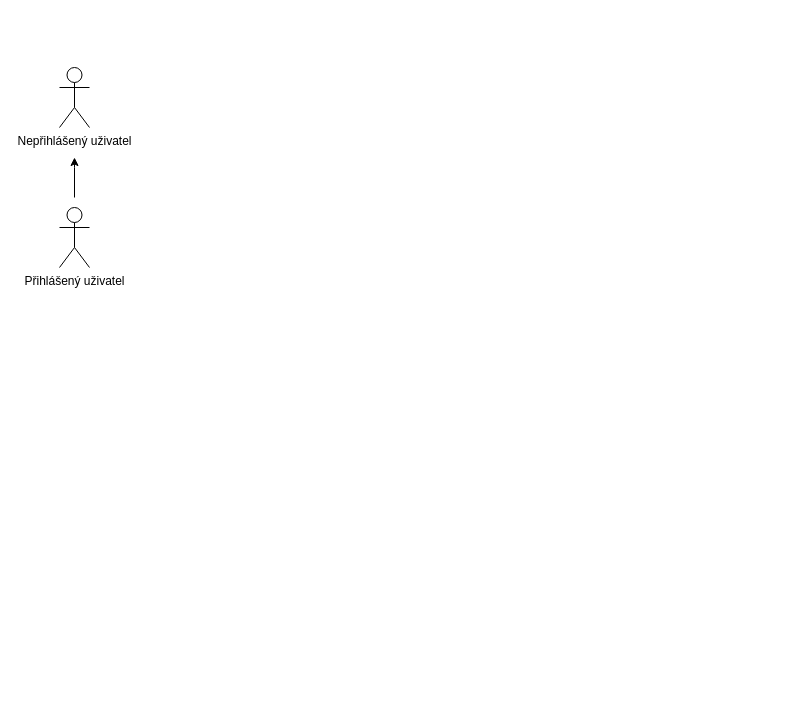
Earlier version of the draw.io diagram page "Usecase diagram" (1 of 2) of Diagram.drawio (LPbigFish/SWI-Projekt). Source tidied: cells renumbered, new cells numbered last; positions are measured from the earlier drawing's top-left corner, leaving out a move shared by most shapes. Both pictures are drawn from the tidied source at 100%, with x=0, y=0 at pixel (59, 67).
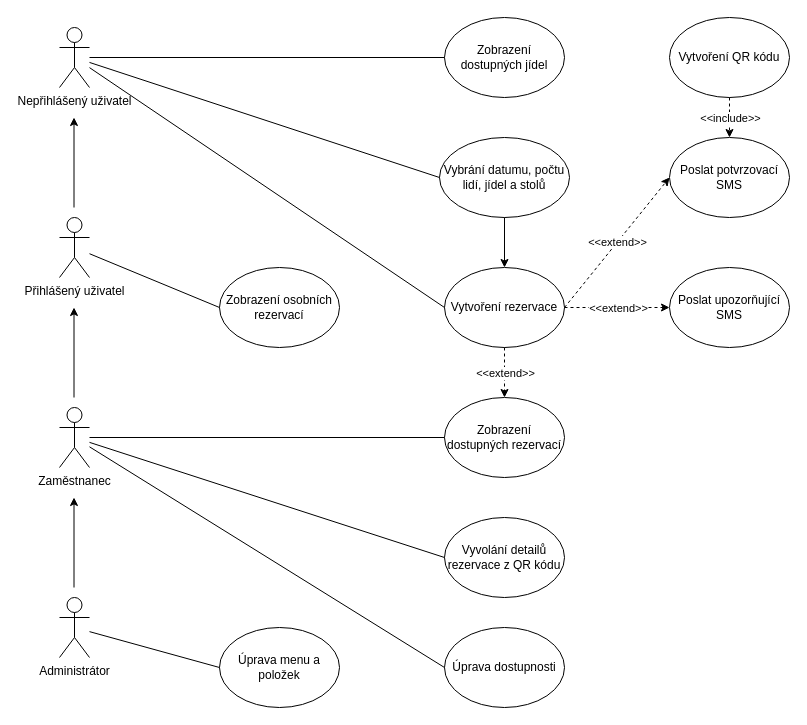
After the change.

Change to the diagram source:
```diff
@@
     <mxCell id="2" value="Přihlášený uživatel" style="shape=umlActor;verticalLabelPosition=bottom;verticalAlign=top;html=1;outlineConnect=0;" parent="1" vertex="1">
-      <mxGeometry y="140" width="30" height="60" as="geometry" />
+      <mxGeometry y="150" width="30" height="60" as="geometry" />
     </mxCell>
     <mxCell id="3" value="Nepřihlášený uživatel" style="shape=umlActor;verticalLabelPosition=bottom;verticalAlign=top;html=1;outlineConnect=0;" parent="1" vertex="1">
-      <mxGeometry width="30" height="60" as="geometry" />
+      <mxGeometry y="-40" width="30" height="60" as="geometry" />
     </mxCell>
-    <mxCell id="4" style="edgeStyle=orthogonalEdgeStyle;rounded=0;orthogonalLoop=1;jettySize=auto;html=1;" parent="1" edge="1">
-      <mxGeometry relative="1" as="geometry">
-        <mxPoint x="15" y="130" as="sourcePoint" />
-        <mxPoint x="15" y="90" as="targetPoint" />
-        <Array as="points">
-          <mxPoint x="15" y="100" />
-          <mxPoint x="15" y="100" />
-        </Array>
-      </mxGeometry>
-    </mxCell>
+    <mxCell id="5" value="Zaměstnanec" style="shape=umlActor;verticalLabelPosition=bottom;verticalAlign=top;html=1;outlineConnect=0;" parent="1" vertex="1">
+      <mxGeometry y="340" width="30" height="60" as="geometry" />
+    </mxCell>
+    <mxCell id="6" value="Administrátor" style="shape=umlActor;verticalLabelPosition=bottom;verticalAlign=top;html=1;outlineConnect=0;" parent="1" vertex="1">
+      <mxGeometry y="530" width="30" height="60" as="geometry" />
+    </mxCell>
+    <mxCell id="7" value="Zobrazení dostupných jídel" style="ellipse;whiteSpace=wrap;html=1;" parent="1" vertex="1">
+      <mxGeometry x="385" y="-50" width="120" height="80" as="geometry" />
+    </mxCell>
+    <mxCell id="8" value="Vytvoření rezervace" style="ellipse;whiteSpace=wrap;html=1;" parent="1" vertex="1">
+      <mxGeometry x="385" y="200" width="120" height="80" as="geometry" />
+    </mxCell>
+    <mxCell id="9" value="Poslat potvrzovací SMS" style="ellipse;whiteSpace=wrap;html=1;" parent="1" vertex="1">
+      <mxGeometry x="610" y="70" width="120" height="80" as="geometry" />
+    </mxCell>
+    <mxCell id="10" style="endArrow=classic;html=1;rounded=0;entryX=0;entryY=0.5;entryDx=0;entryDy=0;dashed=1;exitX=1;exitY=0.5;exitDx=0;exitDy=0;" parent="1" edge="1" source="8" target="9">
+      <mxGeometry relative="1" as="geometry" />
+    </mxCell>
+    <mxCell id="11" value="&amp;lt;&amp;lt;extend&amp;gt;&amp;gt;" style="edgeLabel;html=1;align=center;verticalAlign=middle;" parent="10" vertex="1">
+      <mxGeometry relative="1" as="geometry" />
+    </mxCell>
+    <mxCell id="12" style="endArrow=classic;html=1;rounded=0;dashed=1;entryX=0;entryY=0.5;entryDx=0;entryDy=0;exitX=1;exitY=0.5;exitDx=0;exitDy=0;" parent="1" edge="1" source="8" target="14">
+      <mxGeometry relative="1" as="geometry" />
+    </mxCell>
+    <mxCell id="13" value="&amp;lt;&amp;lt;extend&amp;gt;&amp;gt;" style="edgeLabel;html=1;align=center;verticalAlign=middle;" parent="12" vertex="1">
+      <mxGeometry relative="1" as="geometry" />
+    </mxCell>
+    <mxCell id="14" value="Poslat upozorňující SMS" style="ellipse;whiteSpace=wrap;html=1;" parent="1" vertex="1">
+      <mxGeometry x="610" y="200" width="120" height="80" as="geometry" />
+    </mxCell>
+    <mxCell id="15" style="endArrow=none;html=1;rounded=0;entryX=0;entryY=0.5;entryDx=0;entryDy=0;" parent="1" edge="1" source="3" target="7">
+      <mxGeometry relative="1" as="geometry" />
+    </mxCell>
+    <mxCell id="16" style="endArrow=none;html=1;rounded=0;entryX=0;entryY=0.5;entryDx=0;entryDy=0;" parent="1" edge="1" source="3" target="8">
+      <mxGeometry relative="1" as="geometry" />
+    </mxCell>
+    <mxCell id="17" value="Vybrání datumu, počtu lidí, jídel a stolů" style="ellipse;whiteSpace=wrap;html=1;" parent="1" vertex="1">
+      <mxGeometry x="380" y="70" width="130" height="80" as="geometry" />
+    </mxCell>
+    <mxCell id="18" style="endArrow=none;html=1;rounded=0;entryX=0;entryY=0.5;entryDx=0;entryDy=0;" parent="1" edge="1" source="3" target="17">
+      <mxGeometry relative="1" as="geometry" />
+    </mxCell>
+    <mxCell id="19" value="Vytvoření QR kódu" style="ellipse;whiteSpace=wrap;html=1;" parent="1" vertex="1">
+      <mxGeometry x="610" y="-50" width="120" height="80" as="geometry" />
+    </mxCell>
+    <mxCell id="20" style="endArrow=classic;html=1;rounded=0;dashed=1;exitX=0.5;exitY=1;exitDx=0;exitDy=0;entryX=0.5;entryY=0;entryDx=0;entryDy=0;" parent="1" edge="1" source="19" target="9">
+      <mxGeometry relative="1" as="geometry" />
+    </mxCell>
+    <mxCell id="21" value="&amp;lt;&amp;lt;include&amp;gt;&amp;gt;" style="edgeLabel;html=1;align=center;verticalAlign=middle;" parent="20" vertex="1">
+      <mxGeometry relative="1" as="geometry" />
+    </mxCell>
+    <mxCell id="22" value="Vyvolání detailů rezervace z QR kódu" style="ellipse;whiteSpace=wrap;html=1;" parent="1" vertex="1">
+      <mxGeometry x="385" y="450" width="120" height="80" as="geometry" />
+    </mxCell>
+    <mxCell id="23" style="endArrow=none;html=1;rounded=0;exitX=0;exitY=0.5;exitDx=0;exitDy=0;" parent="1" edge="1" source="22" target="5">
+      <mxGeometry relative="1" as="geometry" />
+    </mxCell>
+    <mxCell id="24" value="Zobrazení osobních rezervací" style="ellipse;whiteSpace=wrap;html=1;" parent="1" vertex="1">
+      <mxGeometry x="160" y="200" width="120" height="80" as="geometry" />
+    </mxCell>
+    <mxCell id="25" style="endArrow=none;html=1;rounded=0;entryX=0;entryY=0.5;entryDx=0;entryDy=0;" parent="1" edge="1" source="2" target="24">
+      <mxGeometry relative="1" as="geometry" />
+    </mxCell>
+    <mxCell id="26" value="Zobrazení dostupných rezervací" style="ellipse;whiteSpace=wrap;html=1;" parent="1" vertex="1">
+      <mxGeometry x="385" y="330" width="120" height="80" as="geometry" />
+    </mxCell>
+    <mxCell id="27" style="endArrow=none;html=1;rounded=0;entryX=0;entryY=0.5;entryDx=0;entryDy=0;" parent="1" edge="1" source="5" target="26">
+      <mxGeometry relative="1" as="geometry" />
+    </mxCell>
+    <mxCell id="28" style="endArrow=classic;html=1;rounded=0;dashed=1;entryX=0.5;entryY=0;entryDx=0;entryDy=0;exitX=0.5;exitY=1;exitDx=0;exitDy=0;" parent="1" edge="1" source="8" target="26">
+      <mxGeometry relative="1" as="geometry" />
+    </mxCell>
+    <mxCell id="29" value="&amp;lt;&amp;lt;extend&amp;gt;&amp;gt;" style="edgeLabel;html=1;align=center;verticalAlign=middle;" parent="28" vertex="1">
+      <mxGeometry relative="1" as="geometry" />
+    </mxCell>
+    <mxCell id="30" value="Úprava dostupnosti" style="ellipse;whiteSpace=wrap;html=1;" parent="1" vertex="1">
+      <mxGeometry x="385" y="560" width="120" height="80" as="geometry" />
+    </mxCell>
+    <mxCell id="31" style="endArrow=none;html=1;rounded=0;entryX=0;entryY=0.5;entryDx=0;entryDy=0;" parent="1" edge="1" source="5" target="30">
+      <mxGeometry relative="1" as="geometry" />
+    </mxCell>
+    <mxCell id="32" value="Úprava menu a položek" style="ellipse;whiteSpace=wrap;html=1;" parent="1" vertex="1">
+      <mxGeometry x="160" y="560" width="120" height="80" as="geometry" />
+    </mxCell>
+    <mxCell id="33" style="endArrow=none;html=1;rounded=0;entryX=0;entryY=0.5;entryDx=0;entryDy=0;" parent="1" edge="1" source="6" target="32">
+      <mxGeometry relative="1" as="geometry" />
+    </mxCell>
+    <mxCell id="34" style="endArrow=classic;html=1;rounded=0;" parent="1" edge="1">
+      <mxGeometry relative="1" as="geometry">
+        <mxPoint x="14.5" y="140" as="sourcePoint" />
+        <mxPoint x="14.5" y="50" as="targetPoint" />
+      </mxGeometry>
+    </mxCell>
+    <mxCell id="35" style="endArrow=classic;html=1;rounded=0;" parent="1" edge="1">
+      <mxGeometry relative="1" as="geometry">
+        <mxPoint x="14.5" y="330" as="sourcePoint" />
+        <mxPoint x="14.5" y="240" as="targetPoint" />
+      </mxGeometry>
+    </mxCell>
+    <mxCell id="36" style="endArrow=classic;html=1;rounded=0;" parent="1" edge="1">
+      <mxGeometry relative="1" as="geometry">
+        <mxPoint x="14.5" y="520" as="sourcePoint" />
+        <mxPoint x="14.5" y="430" as="targetPoint" />
+      </mxGeometry>
+    </mxCell>
+    <mxCell id="37" style="endArrow=classic;html=1;rounded=0;exitX=0.5;exitY=1;exitDx=0;exitDy=0;entryX=0.5;entryY=0;entryDx=0;entryDy=0;" parent="1" edge="1" source="17" target="8">
+      <mxGeometry relative="1" as="geometry" />
+    </mxCell>
```
